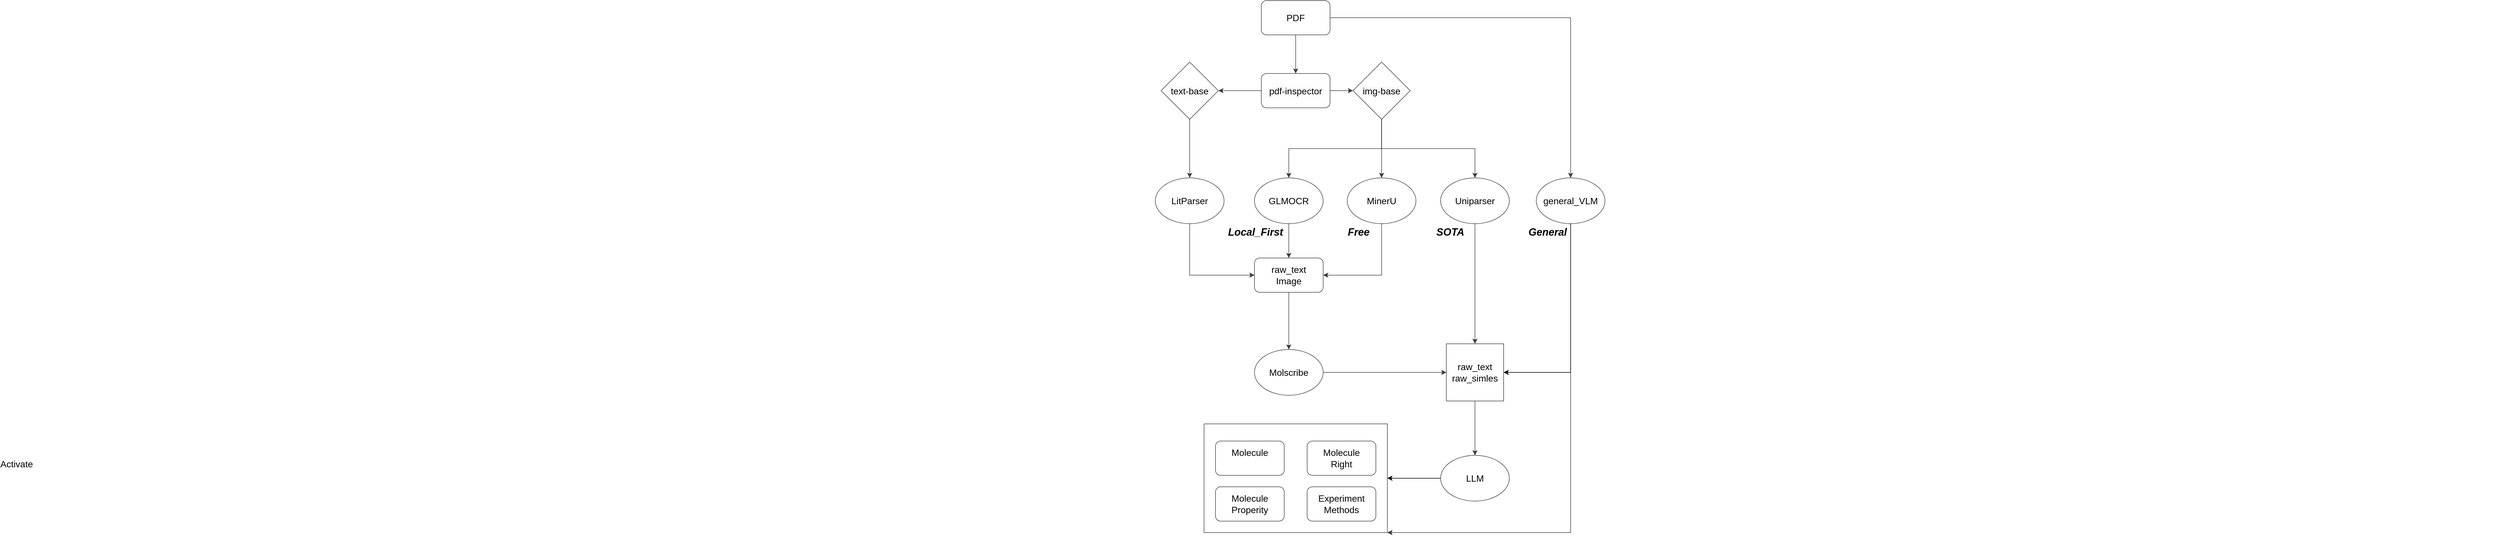
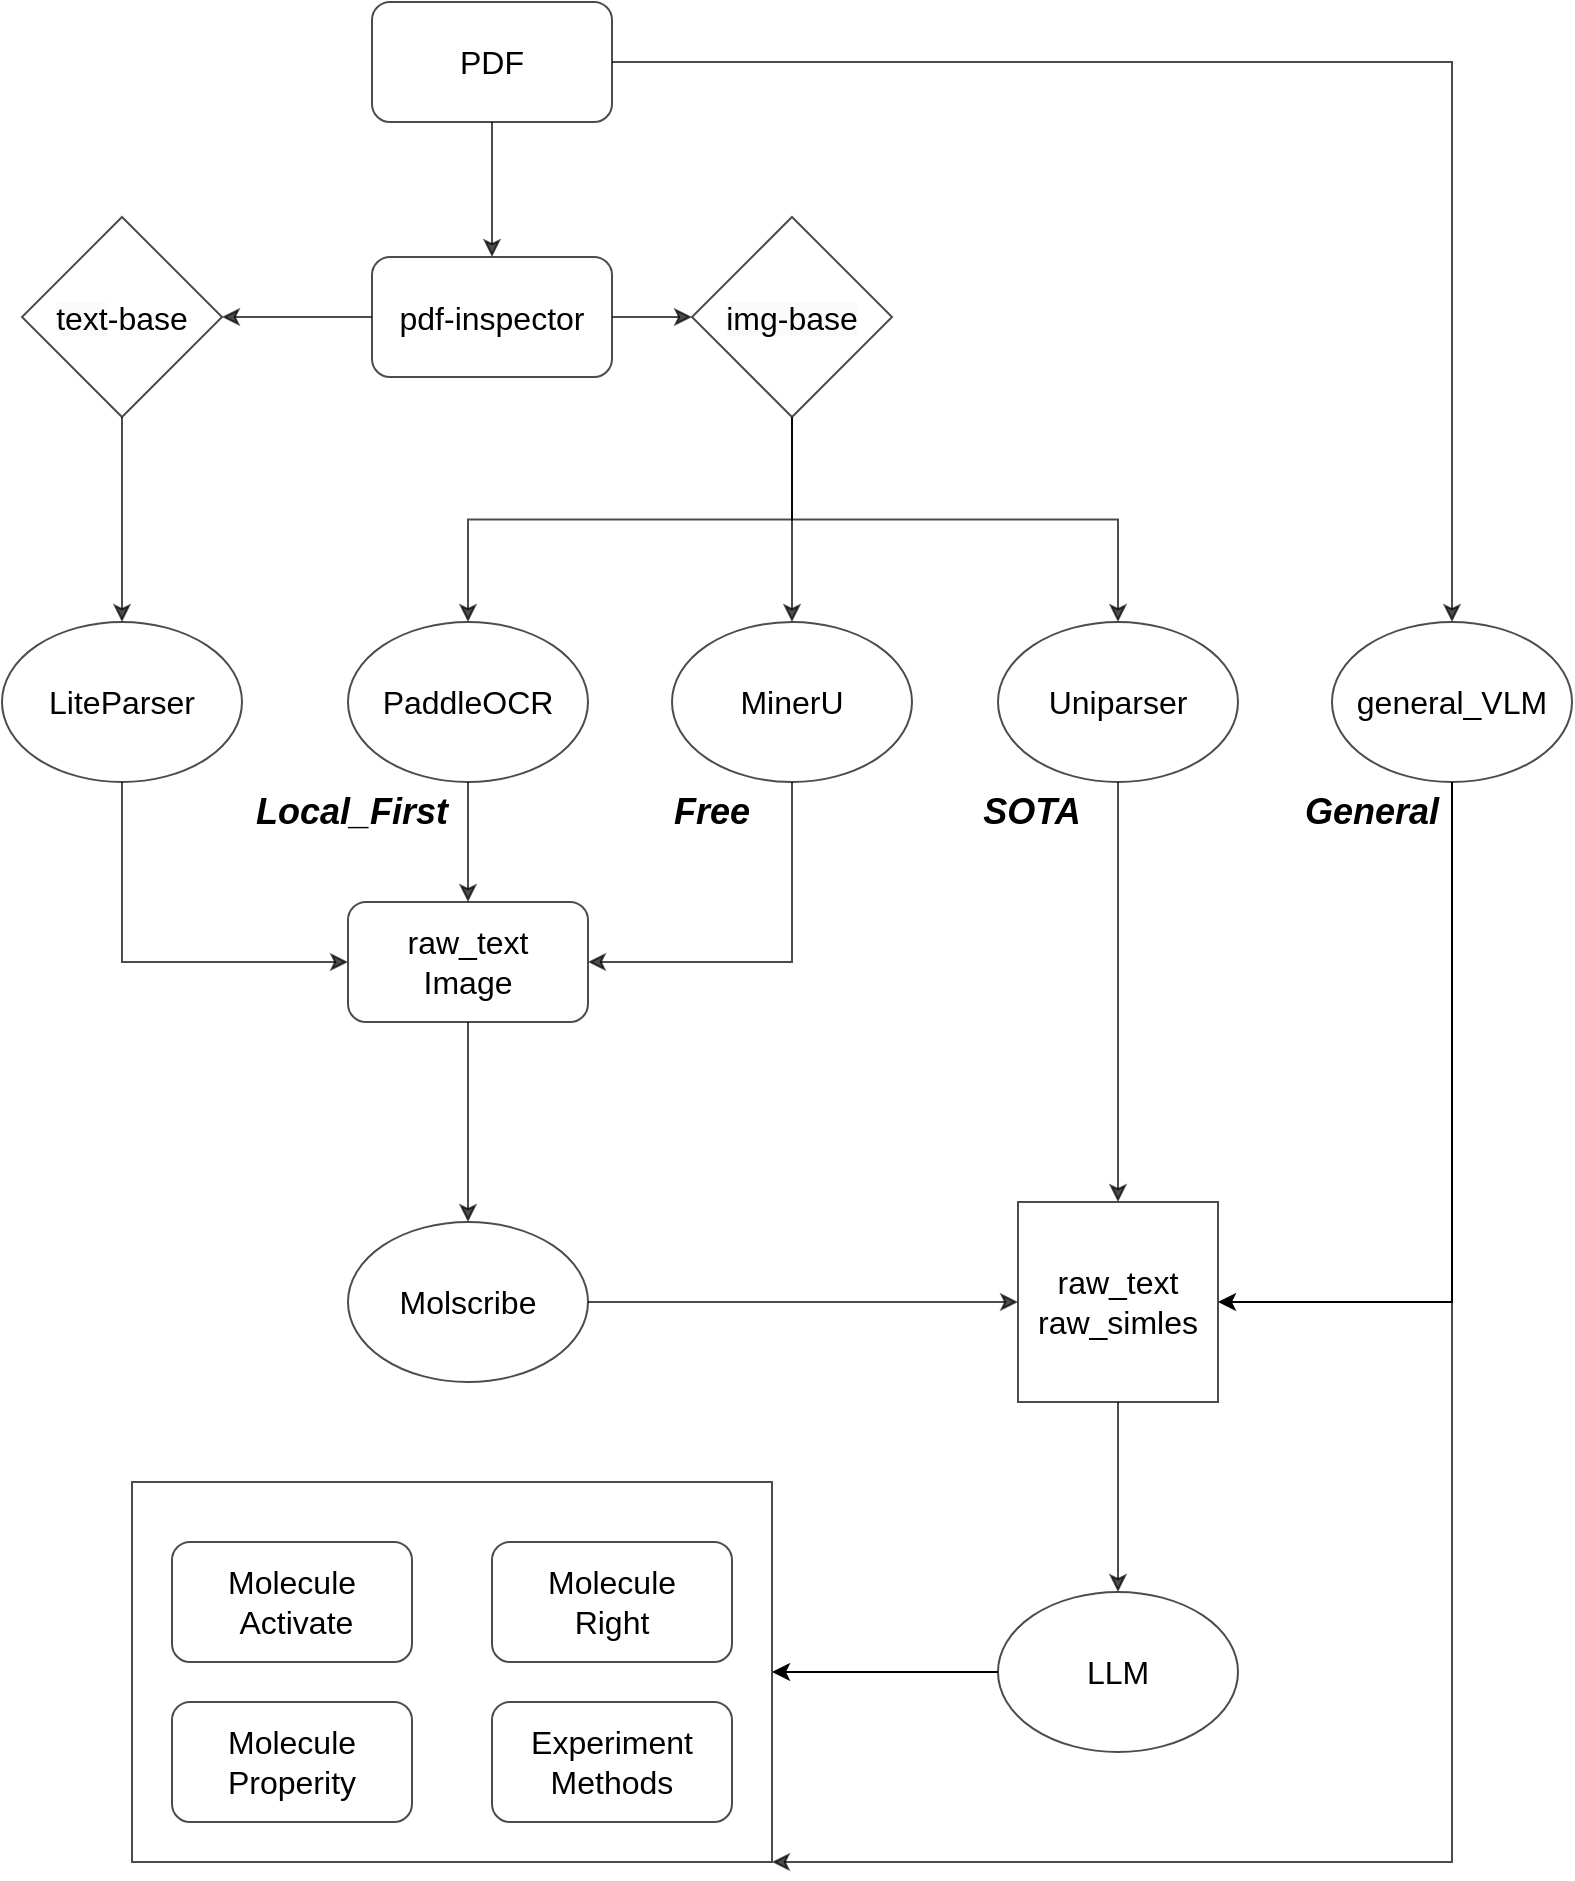
<mxfile host="Electron" agent="Mozilla/5.0 (Windows NT 10.0; Win64; x64) AppleWebKit/537.36 (KHTML, like Gecko) draw.io/24.7.8 Chrome/128.0.6613.36 Electron/32.0.1 Safari/537.36" version="24.7.8">
  <diagram name="第 1 页" id="AklvcMBPTtRjfEDre8Mf">
-     <mxGraphModel dx="4323" dy="1072" grid="1" gridSize="10" guides="1" tooltips="1" connect="1" arrows="1" fold="1" page="1" pageScale="1" pageWidth="827" pageHeight="1169" math="0" shadow="0">
+     <mxGraphModel dx="1842" dy="1072" grid="1" gridSize="10" guides="1" tooltips="1" connect="1" arrows="1" fold="1" page="1" pageScale="1" pageWidth="827" pageHeight="1169" math="0" shadow="0">
      <root>
        <mxCell id="0" />
        <mxCell id="1" parent="0" />
-         <mxCell id="cp7i2WGjK7-bsTAZw0fK-6" value="" style="edgeStyle=orthogonalEdgeStyle;rounded=0;orthogonalLoop=1;jettySize=auto;html=1;fontStyle=0;fontSize=16;opacity=70;" edge="1" parent="1" source="cp7i2WGjK7-bsTAZw0fK-1" target="cp7i2WGjK7-bsTAZw0fK-5">
+         <mxCell id="cp7i2WGjK7-bsTAZw0fK-6" value="" style="edgeStyle=orthogonalEdgeStyle;rounded=0;orthogonalLoop=1;jettySize=auto;html=1;fontStyle=0;fontSize=16;opacity=70;" parent="1" source="cp7i2WGjK7-bsTAZw0fK-1" target="cp7i2WGjK7-bsTAZw0fK-5" edge="1">
          <mxGeometry relative="1" as="geometry" />
        </mxCell>
-         <mxCell id="cp7i2WGjK7-bsTAZw0fK-49" style="edgeStyle=orthogonalEdgeStyle;rounded=0;orthogonalLoop=1;jettySize=auto;html=1;entryX=0.5;entryY=0;entryDx=0;entryDy=0;fontStyle=0;fontSize=16;opacity=70;" edge="1" parent="1" source="cp7i2WGjK7-bsTAZw0fK-1" target="cp7i2WGjK7-bsTAZw0fK-48">
+         <mxCell id="cp7i2WGjK7-bsTAZw0fK-49" style="edgeStyle=orthogonalEdgeStyle;rounded=0;orthogonalLoop=1;jettySize=auto;html=1;entryX=0.5;entryY=0;entryDx=0;entryDy=0;fontStyle=0;fontSize=16;opacity=70;" parent="1" source="cp7i2WGjK7-bsTAZw0fK-1" target="cp7i2WGjK7-bsTAZw0fK-48" edge="1">
          <mxGeometry relative="1" as="geometry" />
        </mxCell>
-         <mxCell id="cp7i2WGjK7-bsTAZw0fK-1" value="PDF" style="rounded=1;whiteSpace=wrap;html=1;fontStyle=0;fontSize=16;opacity=70;" vertex="1" parent="1">
+         <mxCell id="cp7i2WGjK7-bsTAZw0fK-1" value="PDF" style="rounded=1;whiteSpace=wrap;html=1;fontStyle=0;fontSize=16;opacity=70;" parent="1" vertex="1">
          <mxGeometry x="200" y="60" width="120" height="60" as="geometry" />
        </mxCell>
-         <mxCell id="cp7i2WGjK7-bsTAZw0fK-37" style="edgeStyle=orthogonalEdgeStyle;rounded=0;orthogonalLoop=1;jettySize=auto;html=1;exitX=1;exitY=0.5;exitDx=0;exitDy=0;fontStyle=0;fontSize=16;opacity=70;" edge="1" parent="1" source="cp7i2WGjK7-bsTAZw0fK-5" target="cp7i2WGjK7-bsTAZw0fK-34">
+         <mxCell id="cp7i2WGjK7-bsTAZw0fK-37" style="edgeStyle=orthogonalEdgeStyle;rounded=0;orthogonalLoop=1;jettySize=auto;html=1;exitX=1;exitY=0.5;exitDx=0;exitDy=0;fontStyle=0;fontSize=16;opacity=70;" parent="1" source="cp7i2WGjK7-bsTAZw0fK-5" target="cp7i2WGjK7-bsTAZw0fK-34" edge="1">
          <mxGeometry relative="1" as="geometry" />
        </mxCell>
-         <mxCell id="cp7i2WGjK7-bsTAZw0fK-53" style="edgeStyle=orthogonalEdgeStyle;rounded=0;orthogonalLoop=1;jettySize=auto;html=1;exitX=0;exitY=0.5;exitDx=0;exitDy=0;entryX=1;entryY=0.5;entryDx=0;entryDy=0;fontStyle=0;fontSize=16;opacity=70;" edge="1" parent="1" source="cp7i2WGjK7-bsTAZw0fK-5" target="cp7i2WGjK7-bsTAZw0fK-51">
+         <mxCell id="cp7i2WGjK7-bsTAZw0fK-53" style="edgeStyle=orthogonalEdgeStyle;rounded=0;orthogonalLoop=1;jettySize=auto;html=1;exitX=0;exitY=0.5;exitDx=0;exitDy=0;entryX=1;entryY=0.5;entryDx=0;entryDy=0;fontStyle=0;fontSize=16;opacity=70;" parent="1" source="cp7i2WGjK7-bsTAZw0fK-5" target="cp7i2WGjK7-bsTAZw0fK-51" edge="1">
          <mxGeometry relative="1" as="geometry" />
        </mxCell>
-         <mxCell id="cp7i2WGjK7-bsTAZw0fK-5" value="pdf-inspector" style="whiteSpace=wrap;html=1;rounded=1;fontStyle=0;fontSize=16;opacity=70;" vertex="1" parent="1">
+         <mxCell id="cp7i2WGjK7-bsTAZw0fK-5" value="pdf-inspector" style="whiteSpace=wrap;html=1;rounded=1;fontStyle=0;fontSize=16;opacity=70;" parent="1" vertex="1">
          <mxGeometry x="200" y="187.5" width="120" height="60" as="geometry" />
        </mxCell>
-         <mxCell id="cp7i2WGjK7-bsTAZw0fK-77" style="edgeStyle=orthogonalEdgeStyle;rounded=0;orthogonalLoop=1;jettySize=auto;html=1;exitX=0.5;exitY=1;exitDx=0;exitDy=0;entryX=0.5;entryY=0;entryDx=0;entryDy=0;opacity=70;" edge="1" parent="1" source="cp7i2WGjK7-bsTAZw0fK-15" target="cp7i2WGjK7-bsTAZw0fK-40">
+         <mxCell id="cp7i2WGjK7-bsTAZw0fK-77" style="edgeStyle=orthogonalEdgeStyle;rounded=0;orthogonalLoop=1;jettySize=auto;html=1;exitX=0.5;exitY=1;exitDx=0;exitDy=0;entryX=0.5;entryY=0;entryDx=0;entryDy=0;opacity=70;" parent="1" source="cp7i2WGjK7-bsTAZw0fK-15" target="cp7i2WGjK7-bsTAZw0fK-40" edge="1">
          <mxGeometry relative="1" as="geometry" />
        </mxCell>
-         <mxCell id="cp7i2WGjK7-bsTAZw0fK-15" value="GLMOCR" style="ellipse;whiteSpace=wrap;html=1;fontStyle=0;fontSize=16;opacity=70;" vertex="1" parent="1">
+         <mxCell id="cp7i2WGjK7-bsTAZw0fK-15" value="PaddleOCR" style="ellipse;whiteSpace=wrap;html=1;fontStyle=0;fontSize=16;opacity=70;" parent="1" vertex="1">
          <mxGeometry x="188" y="370" width="120" height="80" as="geometry" />
        </mxCell>
-         <mxCell id="cp7i2WGjK7-bsTAZw0fK-76" style="edgeStyle=orthogonalEdgeStyle;rounded=0;orthogonalLoop=1;jettySize=auto;html=1;exitX=0.5;exitY=1;exitDx=0;exitDy=0;entryX=1;entryY=0.5;entryDx=0;entryDy=0;opacity=70;" edge="1" parent="1" source="cp7i2WGjK7-bsTAZw0fK-16" target="cp7i2WGjK7-bsTAZw0fK-40">
+         <mxCell id="cp7i2WGjK7-bsTAZw0fK-76" style="edgeStyle=orthogonalEdgeStyle;rounded=0;orthogonalLoop=1;jettySize=auto;html=1;exitX=0.5;exitY=1;exitDx=0;exitDy=0;entryX=1;entryY=0.5;entryDx=0;entryDy=0;opacity=70;" parent="1" source="cp7i2WGjK7-bsTAZw0fK-16" target="cp7i2WGjK7-bsTAZw0fK-40" edge="1">
          <mxGeometry relative="1" as="geometry" />
        </mxCell>
-         <mxCell id="cp7i2WGjK7-bsTAZw0fK-16" value="MinerU" style="ellipse;whiteSpace=wrap;html=1;fontStyle=0;fontSize=16;opacity=70;" vertex="1" parent="1">
+         <mxCell id="cp7i2WGjK7-bsTAZw0fK-16" value="MinerU" style="ellipse;whiteSpace=wrap;html=1;fontStyle=0;fontSize=16;opacity=70;" parent="1" vertex="1">
          <mxGeometry x="350" y="370" width="120" height="80" as="geometry" />
        </mxCell>
-         <mxCell id="cp7i2WGjK7-bsTAZw0fK-47" style="edgeStyle=orthogonalEdgeStyle;rounded=0;orthogonalLoop=1;jettySize=auto;html=1;fontStyle=0;fontSize=16;opacity=70;" edge="1" parent="1" source="cp7i2WGjK7-bsTAZw0fK-18" target="cp7i2WGjK7-bsTAZw0fK-25">
+         <mxCell id="cp7i2WGjK7-bsTAZw0fK-47" style="edgeStyle=orthogonalEdgeStyle;rounded=0;orthogonalLoop=1;jettySize=auto;html=1;fontStyle=0;fontSize=16;opacity=70;" parent="1" source="cp7i2WGjK7-bsTAZw0fK-18" target="cp7i2WGjK7-bsTAZw0fK-25" edge="1">
          <mxGeometry relative="1" as="geometry" />
        </mxCell>
-         <mxCell id="cp7i2WGjK7-bsTAZw0fK-18" value="Uniparser" style="ellipse;whiteSpace=wrap;html=1;fontStyle=0;fontSize=16;opacity=70;" vertex="1" parent="1">
+         <mxCell id="cp7i2WGjK7-bsTAZw0fK-18" value="Uniparser" style="ellipse;whiteSpace=wrap;html=1;fontStyle=0;fontSize=16;opacity=70;" parent="1" vertex="1">
          <mxGeometry x="513" y="370" width="120" height="80" as="geometry" />
        </mxCell>
-         <mxCell id="cp7i2WGjK7-bsTAZw0fK-45" style="edgeStyle=orthogonalEdgeStyle;rounded=0;orthogonalLoop=1;jettySize=auto;html=1;fontStyle=0;fontSize=16;opacity=70;" edge="1" parent="1" source="cp7i2WGjK7-bsTAZw0fK-20" target="cp7i2WGjK7-bsTAZw0fK-25">
+         <mxCell id="cp7i2WGjK7-bsTAZw0fK-45" style="edgeStyle=orthogonalEdgeStyle;rounded=0;orthogonalLoop=1;jettySize=auto;html=1;fontStyle=0;fontSize=16;opacity=70;" parent="1" source="cp7i2WGjK7-bsTAZw0fK-20" target="cp7i2WGjK7-bsTAZw0fK-25" edge="1">
          <mxGeometry relative="1" as="geometry" />
        </mxCell>
-         <mxCell id="cp7i2WGjK7-bsTAZw0fK-20" value="Molscribe" style="ellipse;whiteSpace=wrap;html=1;fontStyle=0;fontSize=16;opacity=70;" vertex="1" parent="1">
+         <mxCell id="cp7i2WGjK7-bsTAZw0fK-20" value="Molscribe" style="ellipse;whiteSpace=wrap;html=1;fontStyle=0;fontSize=16;opacity=70;" parent="1" vertex="1">
          <mxGeometry x="188" y="670" width="120" height="80" as="geometry" />
        </mxCell>
-         <mxCell id="cp7i2WGjK7-bsTAZw0fK-70" style="edgeStyle=orthogonalEdgeStyle;rounded=0;orthogonalLoop=1;jettySize=auto;html=1;exitX=0.5;exitY=1;exitDx=0;exitDy=0;entryX=0.5;entryY=0;entryDx=0;entryDy=0;fontStyle=0;fontSize=16;opacity=70;" edge="1" parent="1" source="cp7i2WGjK7-bsTAZw0fK-25" target="cp7i2WGjK7-bsTAZw0fK-69">
+         <mxCell id="cp7i2WGjK7-bsTAZw0fK-70" style="edgeStyle=orthogonalEdgeStyle;rounded=0;orthogonalLoop=1;jettySize=auto;html=1;exitX=0.5;exitY=1;exitDx=0;exitDy=0;entryX=0.5;entryY=0;entryDx=0;entryDy=0;fontStyle=0;fontSize=16;opacity=70;" parent="1" source="cp7i2WGjK7-bsTAZw0fK-25" target="cp7i2WGjK7-bsTAZw0fK-69" edge="1">
          <mxGeometry relative="1" as="geometry" />
        </mxCell>
-         <mxCell id="cp7i2WGjK7-bsTAZw0fK-25" value="raw_text&lt;div style=&quot;font-size: 16px;&quot;&gt;raw_simles&lt;/div&gt;" style="whiteSpace=wrap;html=1;aspect=fixed;fontStyle=0;fontSize=16;opacity=70;" vertex="1" parent="1">
+         <mxCell id="cp7i2WGjK7-bsTAZw0fK-25" value="raw_text&lt;div style=&quot;font-size: 16px;&quot;&gt;raw_simles&lt;/div&gt;" style="whiteSpace=wrap;html=1;aspect=fixed;fontStyle=0;fontSize=16;opacity=70;" parent="1" vertex="1">
          <mxGeometry x="523" y="660" width="100" height="100" as="geometry" />
        </mxCell>
-         <mxCell id="cp7i2WGjK7-bsTAZw0fK-38" style="edgeStyle=orthogonalEdgeStyle;rounded=0;orthogonalLoop=1;jettySize=auto;html=1;exitX=0.5;exitY=1;exitDx=0;exitDy=0;entryX=0.5;entryY=0;entryDx=0;entryDy=0;fontStyle=0;fontSize=16;opacity=70;" edge="1" parent="1" source="cp7i2WGjK7-bsTAZw0fK-34" target="cp7i2WGjK7-bsTAZw0fK-16">
+         <mxCell id="cp7i2WGjK7-bsTAZw0fK-38" style="edgeStyle=orthogonalEdgeStyle;rounded=0;orthogonalLoop=1;jettySize=auto;html=1;exitX=0.5;exitY=1;exitDx=0;exitDy=0;entryX=0.5;entryY=0;entryDx=0;entryDy=0;fontStyle=0;fontSize=16;opacity=70;" parent="1" source="cp7i2WGjK7-bsTAZw0fK-34" target="cp7i2WGjK7-bsTAZw0fK-16" edge="1">
          <mxGeometry relative="1" as="geometry" />
        </mxCell>
-         <mxCell id="cp7i2WGjK7-bsTAZw0fK-52" style="edgeStyle=orthogonalEdgeStyle;rounded=0;orthogonalLoop=1;jettySize=auto;html=1;exitX=0.5;exitY=1;exitDx=0;exitDy=0;entryX=0.5;entryY=0;entryDx=0;entryDy=0;fontStyle=0;fontSize=16;opacity=70;" edge="1" parent="1" source="cp7i2WGjK7-bsTAZw0fK-34" target="cp7i2WGjK7-bsTAZw0fK-18">
+         <mxCell id="cp7i2WGjK7-bsTAZw0fK-52" style="edgeStyle=orthogonalEdgeStyle;rounded=0;orthogonalLoop=1;jettySize=auto;html=1;exitX=0.5;exitY=1;exitDx=0;exitDy=0;entryX=0.5;entryY=0;entryDx=0;entryDy=0;fontStyle=0;fontSize=16;opacity=70;" parent="1" source="cp7i2WGjK7-bsTAZw0fK-34" target="cp7i2WGjK7-bsTAZw0fK-18" edge="1">
          <mxGeometry relative="1" as="geometry" />
        </mxCell>
-         <mxCell id="cp7i2WGjK7-bsTAZw0fK-78" style="edgeStyle=orthogonalEdgeStyle;rounded=0;orthogonalLoop=1;jettySize=auto;html=1;exitX=0.5;exitY=1;exitDx=0;exitDy=0;opacity=70;" edge="1" parent="1" source="cp7i2WGjK7-bsTAZw0fK-34" target="cp7i2WGjK7-bsTAZw0fK-15">
+         <mxCell id="cp7i2WGjK7-bsTAZw0fK-78" style="edgeStyle=orthogonalEdgeStyle;rounded=0;orthogonalLoop=1;jettySize=auto;html=1;exitX=0.5;exitY=1;exitDx=0;exitDy=0;opacity=70;" parent="1" source="cp7i2WGjK7-bsTAZw0fK-34" target="cp7i2WGjK7-bsTAZw0fK-15" edge="1">
          <mxGeometry relative="1" as="geometry" />
        </mxCell>
-         <mxCell id="cp7i2WGjK7-bsTAZw0fK-34" value="&lt;span style=&quot;color: rgb(0, 0, 0); font-family: Helvetica; font-size: 16px; font-style: normal; font-variant-ligatures: normal; font-variant-caps: normal; letter-spacing: normal; orphans: 2; text-align: center; text-indent: 0px; text-transform: none; widows: 2; word-spacing: 0px; -webkit-text-stroke-width: 0px; white-space: normal; background-color: rgb(251, 251, 251); text-decoration-thickness: initial; text-decoration-style: initial; text-decoration-color: initial; float: none; display: inline !important;&quot;&gt;img-base&lt;/span&gt;" style="rhombus;whiteSpace=wrap;html=1;fontStyle=0;fontSize=16;opacity=70;" vertex="1" parent="1">
+         <mxCell id="cp7i2WGjK7-bsTAZw0fK-34" value="&lt;span style=&quot;color: rgb(0, 0, 0); font-family: Helvetica; font-size: 16px; font-style: normal; font-variant-ligatures: normal; font-variant-caps: normal; letter-spacing: normal; orphans: 2; text-align: center; text-indent: 0px; text-transform: none; widows: 2; word-spacing: 0px; -webkit-text-stroke-width: 0px; white-space: normal; background-color: rgb(251, 251, 251); text-decoration-thickness: initial; text-decoration-style: initial; text-decoration-color: initial; float: none; display: inline !important;&quot;&gt;img-base&lt;/span&gt;" style="rhombus;whiteSpace=wrap;html=1;fontStyle=0;fontSize=16;opacity=70;" parent="1" vertex="1">
          <mxGeometry x="360" y="167.5" width="100" height="100" as="geometry" />
        </mxCell>
-         <mxCell id="cp7i2WGjK7-bsTAZw0fK-44" style="edgeStyle=orthogonalEdgeStyle;rounded=0;orthogonalLoop=1;jettySize=auto;html=1;fontStyle=0;fontSize=16;opacity=70;" edge="1" parent="1" source="cp7i2WGjK7-bsTAZw0fK-40" target="cp7i2WGjK7-bsTAZw0fK-20">
+         <mxCell id="cp7i2WGjK7-bsTAZw0fK-44" style="edgeStyle=orthogonalEdgeStyle;rounded=0;orthogonalLoop=1;jettySize=auto;html=1;fontStyle=0;fontSize=16;opacity=70;" parent="1" source="cp7i2WGjK7-bsTAZw0fK-40" target="cp7i2WGjK7-bsTAZw0fK-20" edge="1">
          <mxGeometry relative="1" as="geometry" />
        </mxCell>
-         <mxCell id="cp7i2WGjK7-bsTAZw0fK-40" value="raw_text&lt;div style=&quot;font-size: 16px;&quot;&gt;Image&lt;/div&gt;" style="rounded=1;whiteSpace=wrap;html=1;fontStyle=0;fontSize=16;opacity=70;" vertex="1" parent="1">
+         <mxCell id="cp7i2WGjK7-bsTAZw0fK-40" value="raw_text&lt;div style=&quot;font-size: 16px;&quot;&gt;Image&lt;/div&gt;" style="rounded=1;whiteSpace=wrap;html=1;fontStyle=0;fontSize=16;opacity=70;" parent="1" vertex="1">
          <mxGeometry x="188" y="510" width="120" height="60" as="geometry" />
        </mxCell>
-         <mxCell id="cp7i2WGjK7-bsTAZw0fK-74" style="edgeStyle=orthogonalEdgeStyle;rounded=0;orthogonalLoop=1;jettySize=auto;html=1;exitX=0.5;exitY=1;exitDx=0;exitDy=0;entryX=1;entryY=1;entryDx=0;entryDy=0;fontStyle=0;fontSize=16;opacity=70;" edge="1" parent="1" source="cp7i2WGjK7-bsTAZw0fK-48" target="cp7i2WGjK7-bsTAZw0fK-67">
+         <mxCell id="cp7i2WGjK7-bsTAZw0fK-74" style="edgeStyle=orthogonalEdgeStyle;rounded=0;orthogonalLoop=1;jettySize=auto;html=1;exitX=0.5;exitY=1;exitDx=0;exitDy=0;entryX=1;entryY=1;entryDx=0;entryDy=0;fontStyle=0;fontSize=16;opacity=70;" parent="1" source="cp7i2WGjK7-bsTAZw0fK-48" target="cp7i2WGjK7-bsTAZw0fK-67" edge="1">
          <mxGeometry relative="1" as="geometry">
            <Array as="points">
              <mxPoint x="740" y="990" />
            </Array>
          </mxGeometry>
        </mxCell>
-         <mxCell id="cp7i2WGjK7-bsTAZw0fK-102" style="edgeStyle=orthogonalEdgeStyle;rounded=0;orthogonalLoop=1;jettySize=auto;html=1;exitX=0.5;exitY=1;exitDx=0;exitDy=0;entryX=1;entryY=0.5;entryDx=0;entryDy=0;" edge="1" parent="1" source="cp7i2WGjK7-bsTAZw0fK-48" target="cp7i2WGjK7-bsTAZw0fK-25">
+         <mxCell id="cp7i2WGjK7-bsTAZw0fK-102" style="edgeStyle=orthogonalEdgeStyle;rounded=0;orthogonalLoop=1;jettySize=auto;html=1;exitX=0.5;exitY=1;exitDx=0;exitDy=0;entryX=1;entryY=0.5;entryDx=0;entryDy=0;" parent="1" source="cp7i2WGjK7-bsTAZw0fK-48" target="cp7i2WGjK7-bsTAZw0fK-25" edge="1">
          <mxGeometry relative="1" as="geometry" />
        </mxCell>
-         <mxCell id="cp7i2WGjK7-bsTAZw0fK-48" value="general_VLM" style="ellipse;whiteSpace=wrap;html=1;fontStyle=0;fontSize=16;opacity=70;" vertex="1" parent="1">
+         <mxCell id="cp7i2WGjK7-bsTAZw0fK-48" value="general_VLM" style="ellipse;whiteSpace=wrap;html=1;fontStyle=0;fontSize=16;opacity=70;" parent="1" vertex="1">
          <mxGeometry x="680" y="370" width="120" height="80" as="geometry" />
        </mxCell>
-         <mxCell id="cp7i2WGjK7-bsTAZw0fK-55" style="edgeStyle=orthogonalEdgeStyle;rounded=0;orthogonalLoop=1;jettySize=auto;html=1;exitX=0.5;exitY=1;exitDx=0;exitDy=0;fontStyle=0;fontSize=16;opacity=70;" edge="1" parent="1" source="cp7i2WGjK7-bsTAZw0fK-51" target="cp7i2WGjK7-bsTAZw0fK-54">
+         <mxCell id="cp7i2WGjK7-bsTAZw0fK-55" style="edgeStyle=orthogonalEdgeStyle;rounded=0;orthogonalLoop=1;jettySize=auto;html=1;exitX=0.5;exitY=1;exitDx=0;exitDy=0;fontStyle=0;fontSize=16;opacity=70;" parent="1" source="cp7i2WGjK7-bsTAZw0fK-51" target="cp7i2WGjK7-bsTAZw0fK-54" edge="1">
          <mxGeometry relative="1" as="geometry" />
        </mxCell>
-         <mxCell id="cp7i2WGjK7-bsTAZw0fK-51" value="&lt;span style=&quot;color: rgb(0, 0, 0); font-family: Helvetica; font-size: 16px; font-style: normal; font-variant-ligatures: normal; font-variant-caps: normal; letter-spacing: normal; orphans: 2; text-align: center; text-indent: 0px; text-transform: none; widows: 2; word-spacing: 0px; -webkit-text-stroke-width: 0px; white-space: normal; background-color: rgb(251, 251, 251); text-decoration-thickness: initial; text-decoration-style: initial; text-decoration-color: initial; float: none; display: inline !important;&quot;&gt;text&lt;/span&gt;-base" style="rhombus;whiteSpace=wrap;html=1;fontStyle=0;fontSize=16;opacity=70;" vertex="1" parent="1">
+         <mxCell id="cp7i2WGjK7-bsTAZw0fK-51" value="&lt;span style=&quot;color: rgb(0, 0, 0); font-family: Helvetica; font-size: 16px; font-style: normal; font-variant-ligatures: normal; font-variant-caps: normal; letter-spacing: normal; orphans: 2; text-align: center; text-indent: 0px; text-transform: none; widows: 2; word-spacing: 0px; -webkit-text-stroke-width: 0px; white-space: normal; background-color: rgb(251, 251, 251); text-decoration-thickness: initial; text-decoration-style: initial; text-decoration-color: initial; float: none; display: inline !important;&quot;&gt;text&lt;/span&gt;-base" style="rhombus;whiteSpace=wrap;html=1;fontStyle=0;fontSize=16;opacity=70;" parent="1" vertex="1">
          <mxGeometry x="25" y="167.5" width="100" height="100" as="geometry" />
        </mxCell>
-         <mxCell id="cp7i2WGjK7-bsTAZw0fK-56" style="edgeStyle=orthogonalEdgeStyle;rounded=0;orthogonalLoop=1;jettySize=auto;html=1;exitX=0.5;exitY=1;exitDx=0;exitDy=0;entryX=0;entryY=0.5;entryDx=0;entryDy=0;fontStyle=0;fontSize=16;opacity=70;" edge="1" parent="1" source="cp7i2WGjK7-bsTAZw0fK-54" target="cp7i2WGjK7-bsTAZw0fK-40">
+         <mxCell id="cp7i2WGjK7-bsTAZw0fK-56" style="edgeStyle=orthogonalEdgeStyle;rounded=0;orthogonalLoop=1;jettySize=auto;html=1;exitX=0.5;exitY=1;exitDx=0;exitDy=0;entryX=0;entryY=0.5;entryDx=0;entryDy=0;fontStyle=0;fontSize=16;opacity=70;" parent="1" source="cp7i2WGjK7-bsTAZw0fK-54" target="cp7i2WGjK7-bsTAZw0fK-40" edge="1">
          <mxGeometry relative="1" as="geometry" />
        </mxCell>
-         <mxCell id="cp7i2WGjK7-bsTAZw0fK-54" value="LitParser" style="ellipse;whiteSpace=wrap;html=1;fontStyle=0;fontSize=16;opacity=70;" vertex="1" parent="1">
+         <mxCell id="cp7i2WGjK7-bsTAZw0fK-54" value="LiteParser" style="ellipse;whiteSpace=wrap;html=1;fontStyle=0;fontSize=16;opacity=70;" parent="1" vertex="1">
          <mxGeometry x="15" y="370" width="120" height="80" as="geometry" />
        </mxCell>
-         <mxCell id="cp7i2WGjK7-bsTAZw0fK-68" value="" style="group;fontStyle=0;fontSize=16;opacity=70;" vertex="1" connectable="0" parent="1">
-           <mxGeometry x="100" y="800" width="320" height="190" as="geometry" />
+         <mxCell id="cp7i2WGjK7-bsTAZw0fK-68" value="" style="group;fontStyle=0;fontSize=16;opacity=70;" parent="1" vertex="1" connectable="0">
+           <mxGeometry x="80" y="800" width="320" height="190" as="geometry" />
        </mxCell>
-         <mxCell id="cp7i2WGjK7-bsTAZw0fK-67" value="" style="rounded=0;whiteSpace=wrap;html=1;fontStyle=0;fontSize=16;opacity=70;" vertex="1" parent="cp7i2WGjK7-bsTAZw0fK-68">
+         <mxCell id="cp7i2WGjK7-bsTAZw0fK-67" value="" style="rounded=0;whiteSpace=wrap;html=1;fontStyle=0;fontSize=16;opacity=70;" parent="cp7i2WGjK7-bsTAZw0fK-68" vertex="1">
          <mxGeometry width="320" height="190" as="geometry" />
        </mxCell>
-         <mxCell id="cp7i2WGjK7-bsTAZw0fK-57" value="Molecule&lt;div style=&quot;font-size: 16px;&quot;&gt;Activate&lt;span style=&quot;color: rgba(0, 0, 0, 0); font-family: monospace; font-size: 16px; text-align: start; text-wrap: nowrap; background-color: initial;&quot;&gt;%3CmxGraphModel%3E%3Croot%3E%3CmxCell%20id%3D%220%22%2F%3E%3CmxCell%20id%3D%221%22%20parent%3D%220%22%2F%3E%3CmxCell%20id%3D%222%22%20value%3D%22MinerU%22%20style%3D%22ellipse%3BwhiteSpace%3Dwrap%3Bhtml%3D1%3BfontStyle%3D1%3BfontSize%3D14%3B%22%20vertex%3D%221%22%20parent%3D%221%22%3E%3CmxGeometry%20x%3D%22220%22%20y%3D%22330%22%20width%3D%22120%22%20height%3D%2280%22%20as%3D%22geometry%22%2F%3E%3C%2FmxCell%3E%3C%2Froot%3E%3C%2FmxGraphModel%3E&lt;/span&gt;&lt;/div&gt;" style="rounded=1;whiteSpace=wrap;html=1;fontStyle=0;fontSize=16;opacity=70;" vertex="1" parent="cp7i2WGjK7-bsTAZw0fK-68">
+         <mxCell id="cp7i2WGjK7-bsTAZw0fK-57" value="Molecule&lt;div style=&quot;font-size: 16px;&quot;&gt;&amp;nbsp;Activate&lt;/div&gt;" style="rounded=1;whiteSpace=wrap;html=1;fontStyle=0;fontSize=16;opacity=70;" parent="cp7i2WGjK7-bsTAZw0fK-68" vertex="1">
          <mxGeometry x="20" y="30" width="120" height="60" as="geometry" />
        </mxCell>
-         <mxCell id="cp7i2WGjK7-bsTAZw0fK-59" value="Molecule&lt;div style=&quot;font-size: 16px;&quot;&gt;Right&lt;/div&gt;" style="rounded=1;whiteSpace=wrap;html=1;fontStyle=0;fontSize=16;opacity=70;" vertex="1" parent="cp7i2WGjK7-bsTAZw0fK-68">
+         <mxCell id="cp7i2WGjK7-bsTAZw0fK-59" value="Molecule&lt;div style=&quot;font-size: 16px;&quot;&gt;Right&lt;/div&gt;" style="rounded=1;whiteSpace=wrap;html=1;fontStyle=0;fontSize=16;opacity=70;" parent="cp7i2WGjK7-bsTAZw0fK-68" vertex="1">
          <mxGeometry x="180" y="30" width="120" height="60" as="geometry" />
        </mxCell>
-         <mxCell id="cp7i2WGjK7-bsTAZw0fK-60" value="Molecule&lt;div style=&quot;font-size: 16px;&quot;&gt;Properity&lt;/div&gt;" style="rounded=1;whiteSpace=wrap;html=1;fontStyle=0;fontSize=16;opacity=70;" vertex="1" parent="cp7i2WGjK7-bsTAZw0fK-68">
+         <mxCell id="cp7i2WGjK7-bsTAZw0fK-60" value="Molecule&lt;div style=&quot;font-size: 16px;&quot;&gt;Properity&lt;/div&gt;" style="rounded=1;whiteSpace=wrap;html=1;fontStyle=0;fontSize=16;opacity=70;" parent="cp7i2WGjK7-bsTAZw0fK-68" vertex="1">
          <mxGeometry x="20" y="110" width="120" height="60" as="geometry" />
        </mxCell>
-         <mxCell id="cp7i2WGjK7-bsTAZw0fK-61" value="Experiment&lt;div style=&quot;font-size: 16px;&quot;&gt;Methods&lt;/div&gt;" style="rounded=1;whiteSpace=wrap;html=1;fontStyle=0;fontSize=16;opacity=70;" vertex="1" parent="cp7i2WGjK7-bsTAZw0fK-68">
+         <mxCell id="cp7i2WGjK7-bsTAZw0fK-61" value="Experiment&lt;div style=&quot;font-size: 16px;&quot;&gt;Methods&lt;/div&gt;" style="rounded=1;whiteSpace=wrap;html=1;fontStyle=0;fontSize=16;opacity=70;" parent="cp7i2WGjK7-bsTAZw0fK-68" vertex="1">
          <mxGeometry x="180" y="110" width="120" height="60" as="geometry" />
        </mxCell>
-         <mxCell id="cp7i2WGjK7-bsTAZw0fK-107" style="edgeStyle=orthogonalEdgeStyle;rounded=0;orthogonalLoop=1;jettySize=auto;html=1;entryX=1;entryY=0.5;entryDx=0;entryDy=0;" edge="1" parent="1" source="cp7i2WGjK7-bsTAZw0fK-69" target="cp7i2WGjK7-bsTAZw0fK-67">
+         <mxCell id="cp7i2WGjK7-bsTAZw0fK-107" style="edgeStyle=orthogonalEdgeStyle;rounded=0;orthogonalLoop=1;jettySize=auto;html=1;entryX=1;entryY=0.5;entryDx=0;entryDy=0;" parent="1" source="cp7i2WGjK7-bsTAZw0fK-69" target="cp7i2WGjK7-bsTAZw0fK-67" edge="1">
          <mxGeometry relative="1" as="geometry" />
        </mxCell>
-         <mxCell id="cp7i2WGjK7-bsTAZw0fK-69" value="LLM" style="ellipse;whiteSpace=wrap;html=1;fontStyle=0;fontSize=16;opacity=70;" vertex="1" parent="1">
+         <mxCell id="cp7i2WGjK7-bsTAZw0fK-69" value="LLM" style="ellipse;whiteSpace=wrap;html=1;fontStyle=0;fontSize=16;opacity=70;" parent="1" vertex="1">
          <mxGeometry x="513" y="855" width="120" height="80" as="geometry" />
        </mxCell>
-         <mxCell id="cp7i2WGjK7-bsTAZw0fK-108" value="Local_First" style="text;html=1;align=center;verticalAlign=middle;whiteSpace=wrap;rounded=0;fontStyle=3;fontSize=18;" vertex="1" parent="1">
+         <mxCell id="cp7i2WGjK7-bsTAZw0fK-108" value="Local_First" style="text;html=1;align=center;verticalAlign=middle;whiteSpace=wrap;rounded=0;fontStyle=3;fontSize=18;" parent="1" vertex="1">
          <mxGeometry x="160" y="450" width="60" height="30" as="geometry" />
        </mxCell>
-         <mxCell id="cp7i2WGjK7-bsTAZw0fK-109" value="Free" style="text;html=1;align=center;verticalAlign=middle;whiteSpace=wrap;rounded=0;fontStyle=3;fontSize=18;" vertex="1" parent="1">
+         <mxCell id="cp7i2WGjK7-bsTAZw0fK-109" value="Free" style="text;html=1;align=center;verticalAlign=middle;whiteSpace=wrap;rounded=0;fontStyle=3;fontSize=18;" parent="1" vertex="1">
          <mxGeometry x="340" y="450" width="60" height="30" as="geometry" />
        </mxCell>
-         <mxCell id="cp7i2WGjK7-bsTAZw0fK-110" value="SOTA" style="text;html=1;align=center;verticalAlign=middle;whiteSpace=wrap;rounded=0;fontStyle=3;fontSize=18;" vertex="1" parent="1">
+         <mxCell id="cp7i2WGjK7-bsTAZw0fK-110" value="SOTA" style="text;html=1;align=center;verticalAlign=middle;whiteSpace=wrap;rounded=0;fontStyle=3;fontSize=18;" parent="1" vertex="1">
          <mxGeometry x="500" y="450" width="60" height="30" as="geometry" />
        </mxCell>
-         <mxCell id="cp7i2WGjK7-bsTAZw0fK-111" value="General" style="text;html=1;align=center;verticalAlign=middle;whiteSpace=wrap;rounded=0;fontStyle=3;fontSize=18;" vertex="1" parent="1">
+         <mxCell id="cp7i2WGjK7-bsTAZw0fK-111" value="General" style="text;html=1;align=center;verticalAlign=middle;whiteSpace=wrap;rounded=0;fontStyle=3;fontSize=18;" parent="1" vertex="1">
          <mxGeometry x="670" y="450" width="60" height="30" as="geometry" />
        </mxCell>
      </root>
    </mxGraphModel>
  </diagram>
</mxfile>
